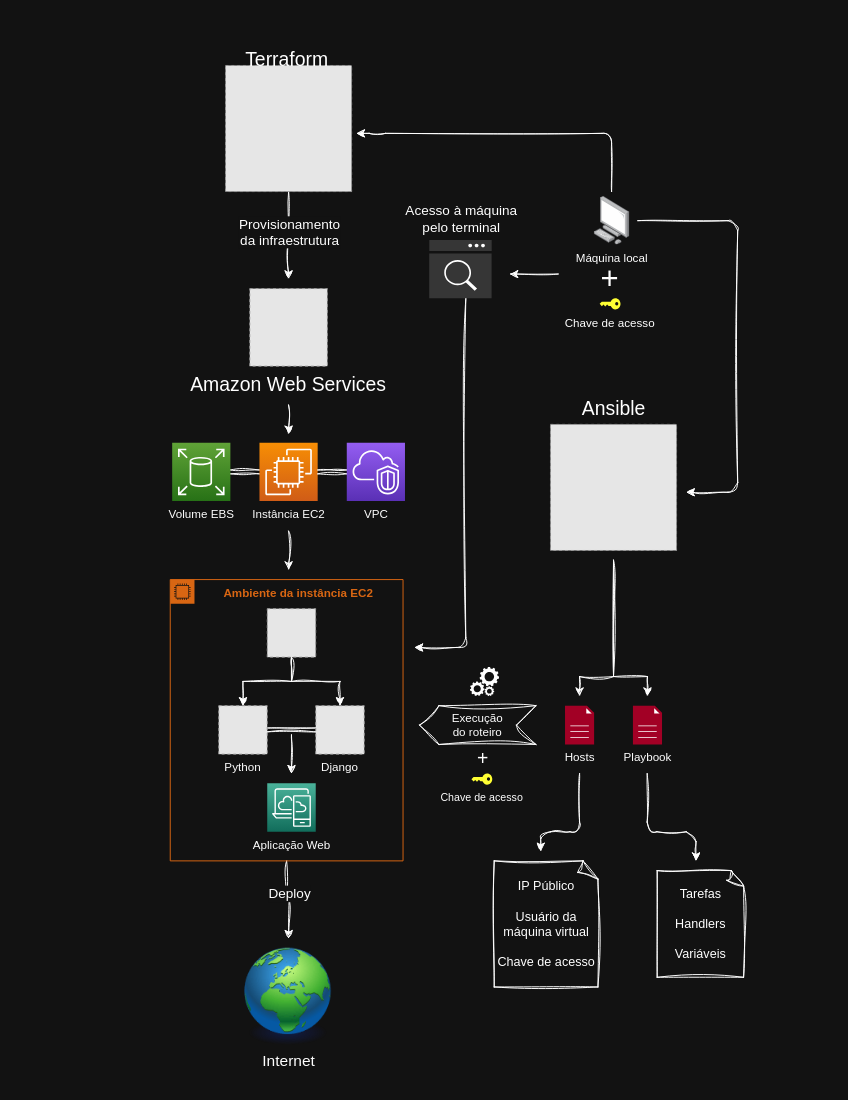
Above: project-map.drawio in T0mAlexander/IaC-Alura (draw.io), before the change. Source tidied: cells renumbered, new cells numbered last; positions are measured from the earlier drawing's top-left corner, leaving out a move shared by most shapes. Both pictures are drawn from the tidied source at 97%, with x=0, y=0 at pixel (16, 16). Pictures stored in the file or linked from it are replaced by grey dashed boxes.
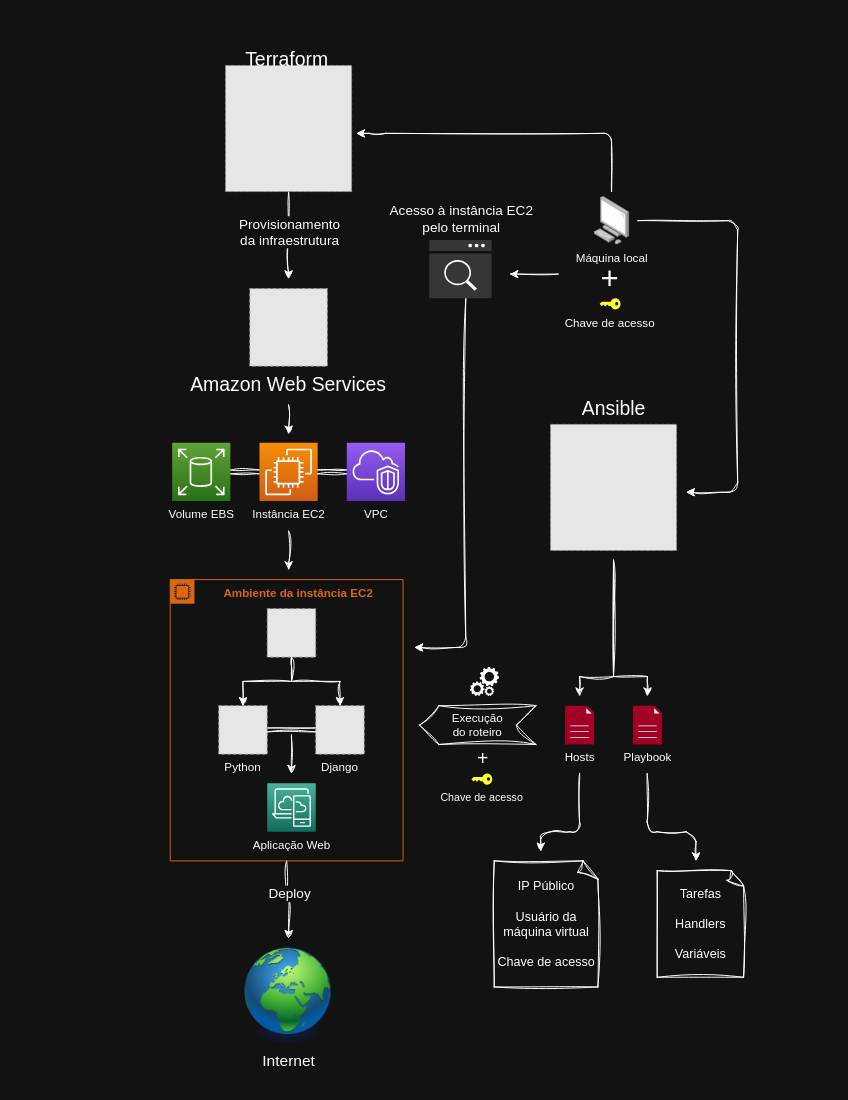
Above is the later version.

Diff of the diagram source:
```diff
@@
-    <mxCell id="51" value="Acesso à máquina&lt;br&gt;pelo terminal" style="edgeLabel;html=1;align=center;verticalAlign=middle;fontSize=14;fontFamily=Circular Std;fontColor=#FFFFFF;labelBackgroundColor=none;" parent="1" vertex="1">
+    <mxCell id="51" value="Acesso à instância EC2&lt;br&gt;pelo terminal" style="edgeLabel;html=1;align=center;verticalAlign=middle;fontSize=14;fontFamily=Circular Std;fontColor=#FFFFFF;labelBackgroundColor=none;" parent="1" vertex="1">
       <mxGeometry x="457.2" y="207" as="geometry" />
     </mxCell>
```
